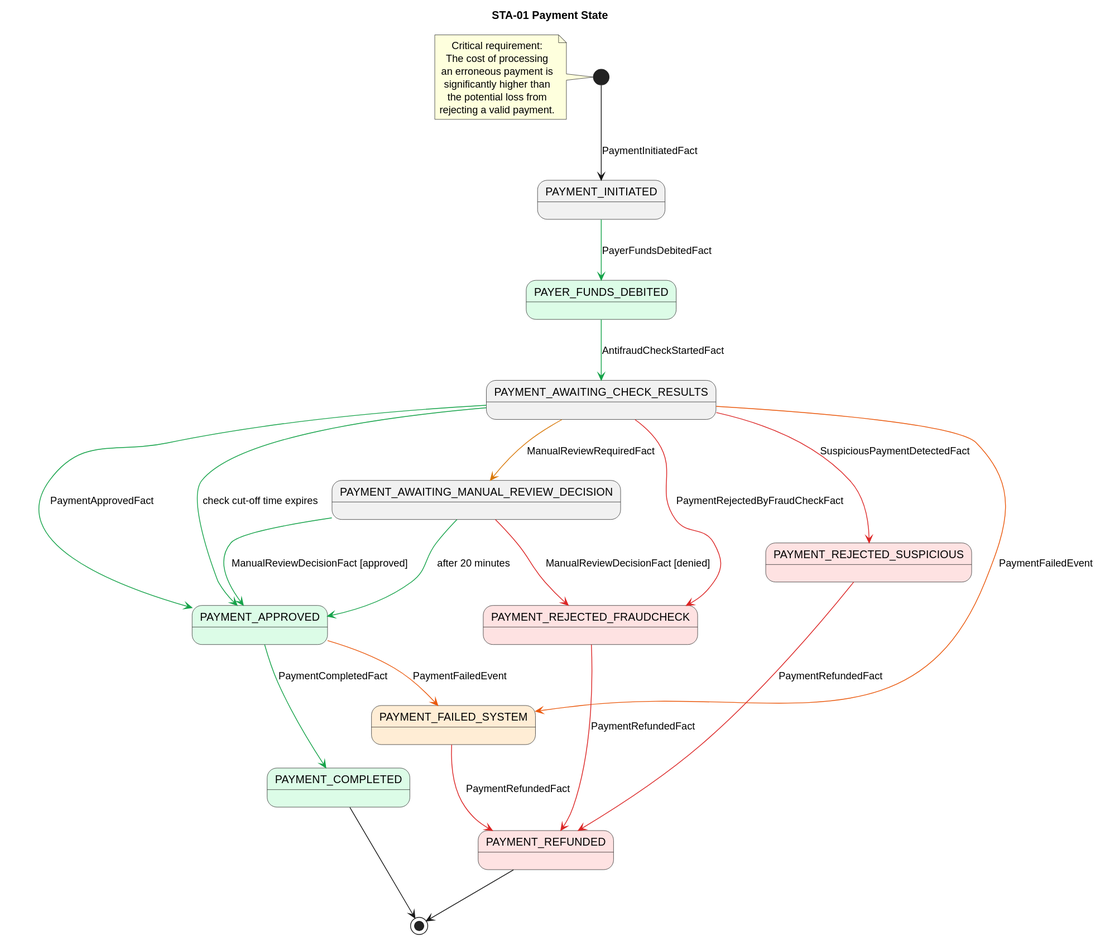
Above: Task2/STA-01-payment.state.svg in vs-ya-practicum/04-MSA-5-PaymentService-done (PlantUML), before the change.
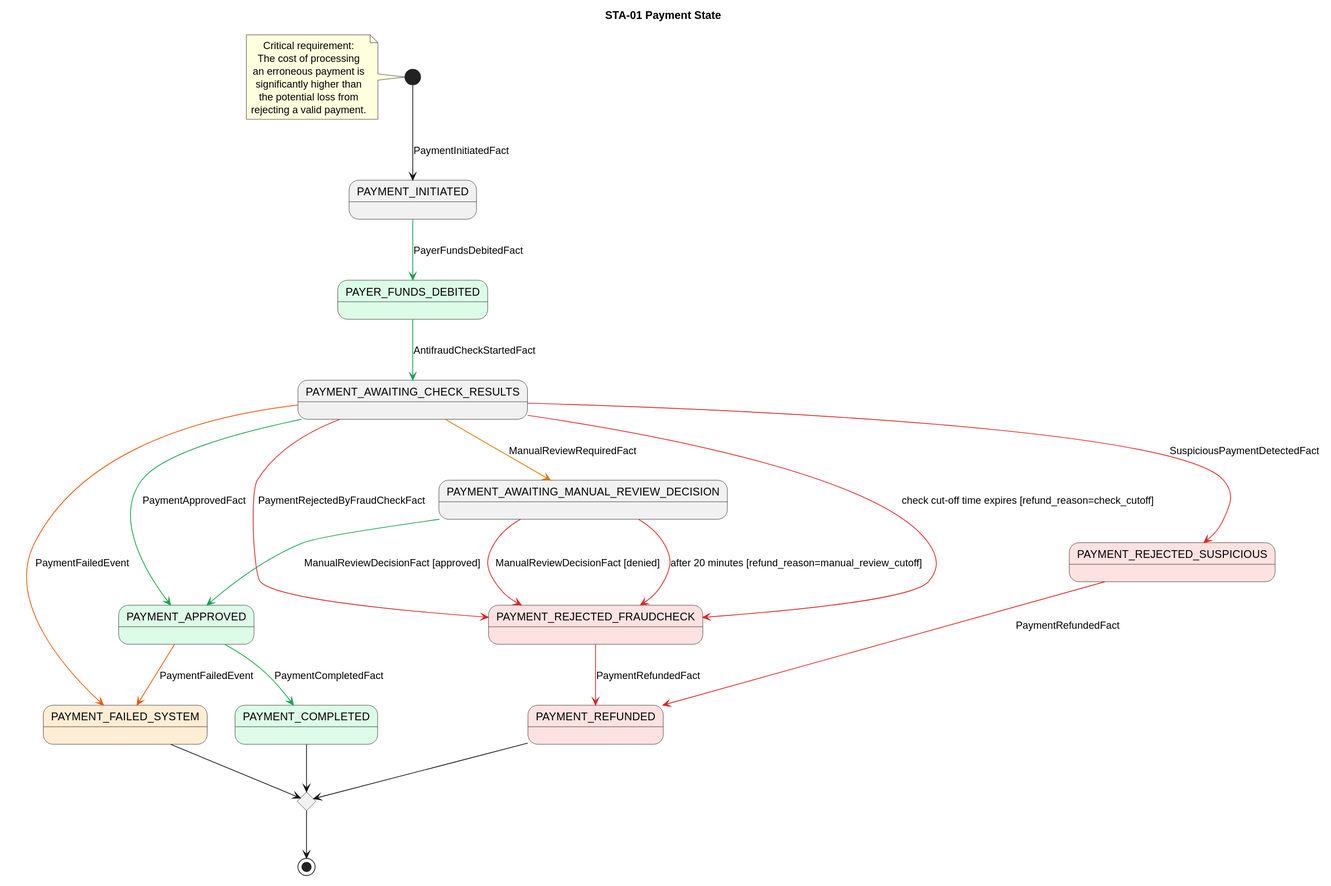
The same file after the commit.

Diff of the diagram source:
```diff
@@ -15,6 +15,7 @@
 state "PAYMENT_REJECTED_SUSPICIOUS" as PaymentRejectedSuspicious #FEE2E2
 state "PAYMENT_FAILED_SYSTEM" as PaymentFailedSystem #FFEDD5
 state "PAYMENT_REFUNDED" as PaymentRefunded #FEE2E2
+state outcome_merge <<choice>>
 
 start --> PaymentInitiated : PaymentInitiatedFact
 
@@ -32,7 +33,7 @@
 PayerFundsDebited -[#16A34A]-> PaymentAwaitingCheckResults : AntifraudCheckStartedFact
 
 PaymentAwaitingCheckResults -[#16A34A]-> PaymentApproved : PaymentApprovedFact
-PaymentAwaitingCheckResults -[#16A34A]-> PaymentApproved : check cut-off time expires
+PaymentAwaitingCheckResults -[#DC2626]-> PaymentRejectedFraudCheck : check cut-off time expires [refund_reason=check_cutoff]
 PaymentAwaitingCheckResults -[#DC2626]-> PaymentRejectedFraudCheck : PaymentRejectedByFraudCheckFact
 PaymentAwaitingCheckResults -[#D97706]-> PaymentAwaitingManualReviewDecision : ManualReviewRequiredFact
 
@@ -41,14 +42,15 @@
 PaymentAwaitingCheckResults -[#EA580C]-> PaymentFailedSystem : PaymentFailedEvent
 PaymentAwaitingManualReviewDecision -[#16A34A]-> PaymentApproved : ManualReviewDecisionFact [approved]
 PaymentAwaitingManualReviewDecision -[#DC2626]-> PaymentRejectedFraudCheck : ManualReviewDecisionFact [denied]
-PaymentAwaitingManualReviewDecision -[#16A34A]-> PaymentApproved : after 20 minutes
+PaymentAwaitingManualReviewDecision -[#DC2626]-> PaymentRejectedFraudCheck : after 20 minutes [refund_reason=manual_review_cutoff]
 
 PaymentApproved -[#16A34A]-> PaymentCompleted : PaymentCompletedFact
 PaymentApproved -[#EA580C]-> PaymentFailedSystem : PaymentFailedEvent
 PaymentRejectedFraudCheck -[#DC2626]-> PaymentRefunded : PaymentRefundedFact
 PaymentRejectedSuspicious -[#DC2626]-> PaymentRefunded : PaymentRefundedFact
-PaymentFailedSystem -[#DC2626]-> PaymentRefunded : PaymentRefundedFact
 
-PaymentCompleted --> [*]
-PaymentRefunded --> [*]
+PaymentCompleted --> outcome_merge
+PaymentFailedSystem --> outcome_merge
+PaymentRefunded --> outcome_merge
+outcome_merge --> [*]
 @enduml
```
